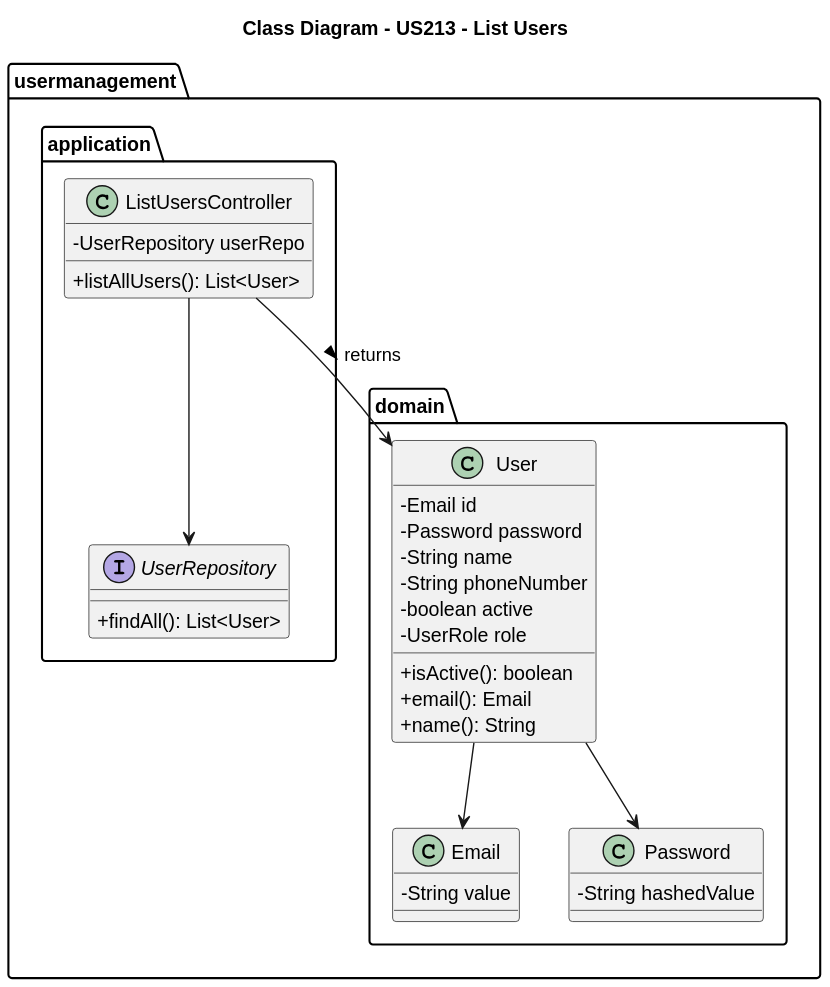
Above: docs/planning/sprint2/EAPLI/US213 - List Users/03.design/svg/class_diagram.svg in SAEmanuel/Shodrone_ISEP (PlantUML), before the change. The source it was exported from:
```plantuml
@startuml
skinparam classAttributeIconSize 0

title Class Diagram - US213 - List Users

package "usermanagement.domain" {
    class User {
        - Email id
        - Password password
        - String name
        - String phoneNumber
        - boolean active
        - UserRole role
        + isActive(): boolean
        + email(): Email
        + name(): String
    }

    class Email {
        - String value
    }

    class Password {
        - String hashedValue
    }

    User --> Email
    User --> Password
}

package "usermanagement.application" {
    class ListUsersController {
        - UserRepository userRepo
        + listAllUsers(): List<User>
    }

    interface UserRepository {
        + findAll(): List<User>
    }
}

ListUsersController --> UserRepository
ListUsersController --> User : returns >
@enduml
```
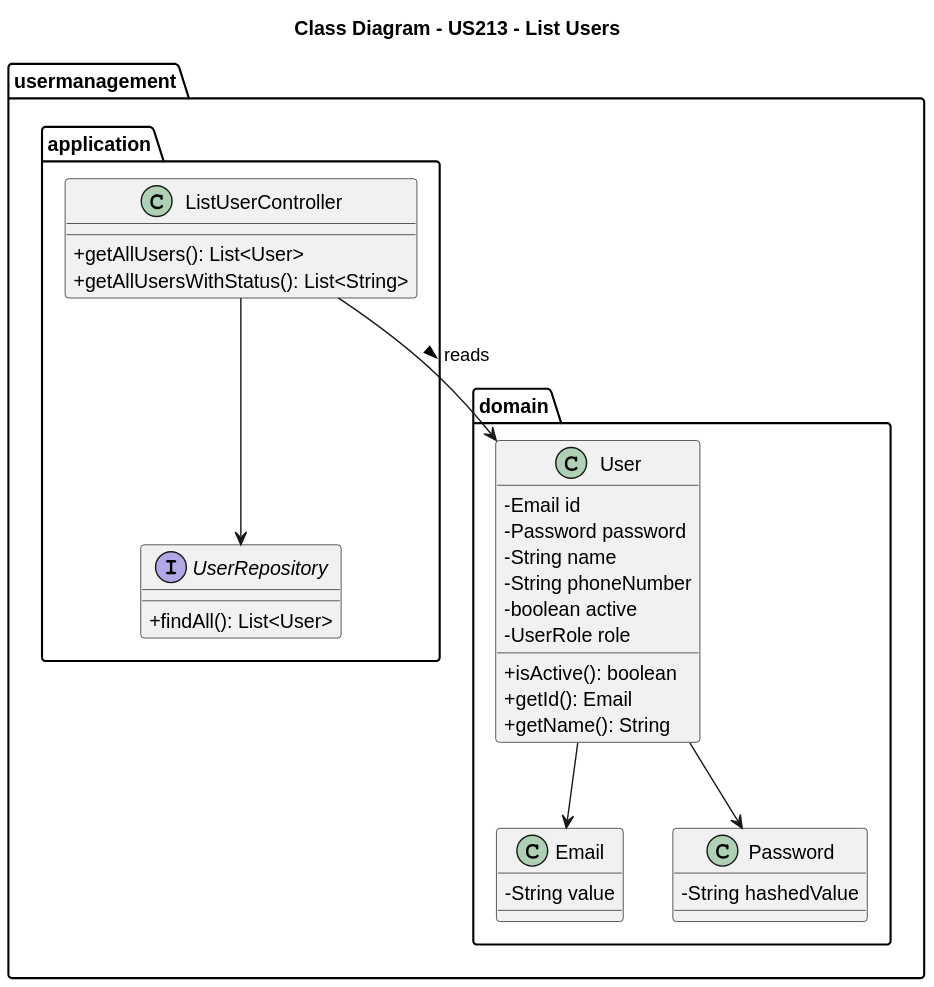
The same file after the commit.

Diff of the diagram source:
```diff
@@ -12,8 +12,8 @@
         - boolean active
         - UserRole role
         + isActive(): boolean
-        + email(): Email
-        + name(): String
+        + getId(): Email
+        + getName(): String
     }
 
     class Email {
@@ -29,9 +29,9 @@
 }
 
 package "usermanagement.application" {
-    class ListUsersController {
-        - UserRepository userRepo
-        + listAllUsers(): List<User>
+    class ListUserController {
+        + getAllUsers(): List<User>
+        + getAllUsersWithStatus(): List<String>
     }
 
     interface UserRepository {
@@ -39,6 +39,6 @@
     }
 }
 
-ListUsersController --> UserRepository
-ListUsersController --> User : returns >
+ListUserController --> UserRepository
+ListUserController --> User : reads >
 @enduml
```
